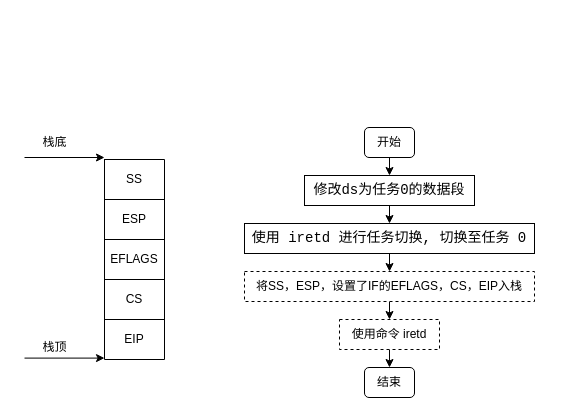
This is 任务切换.drawio from MeditationDH/ProjectOfOS, a draw.io file, before an edit. Source tidied: cells renumbered, new cells numbered last; positions are measured from the earlier drawing's top-left corner, leaving out a move shared by most shapes. Both pictures are drawn from the tidied source at 100%, with x=0, y=0 at pixel (24, 127).
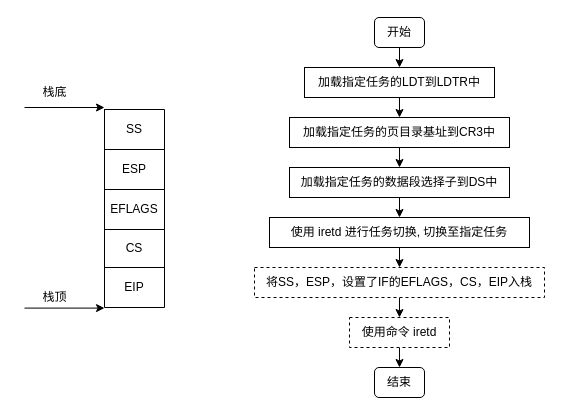
Above is the later version.

Diff of the diagram source:
```diff
@@
-    <mxCell id="2" style="edgeStyle=none;html=1;" parent="1" edge="1" source="3" target="5">
-      <mxGeometry relative="1" as="geometry" />
-    </mxCell>
+    <mxCell id="28" style="edgeStyle=none;html=1;exitX=0.5;exitY=1;exitDx=0;exitDy=0;entryX=0.5;entryY=0;entryDx=0;entryDy=0;fontFamily=Helvetica;" parent="1" edge="1" source="3" target="30">
+      <mxGeometry relative="1" as="geometry" />
+    </mxCell>
-    <mxCell id="3" value="开始" style="rounded=1;whiteSpace=wrap;html=1;" parent="1" vertex="1">
-      <mxGeometry x="340" width="50" height="30" as="geometry" />
+    <mxCell id="3" value="&lt;font&gt;开始&lt;/font&gt;" style="rounded=1;whiteSpace=wrap;html=1;fontFamily=Helvetica;" parent="1" vertex="1">
+      <mxGeometry x="350" y="-110" width="50" height="30" as="geometry" />
     </mxCell>
-    <mxCell id="4" style="edgeStyle=none;html=1;" parent="1" edge="1" source="5" target="7">
+    <mxCell id="4" style="edgeStyle=none;html=1;fontFamily=Helvetica;" parent="1" edge="1" source="5" target="7">
       <mxGeometry relative="1" as="geometry" />
     </mxCell>
-    <mxCell id="5" value="&lt;div style=&quot;font-family: Consolas, &amp;quot;Courier New&amp;quot;, monospace; font-size: 14px; line-height: 19px;&quot;&gt;&lt;span style=&quot;&quot;&gt;修改ds为任务0的数据段&lt;/span&gt;&lt;/div&gt;" style="rounded=0;whiteSpace=wrap;html=1;" parent="1" vertex="1">
-      <mxGeometry x="280" y="48" width="170" height="30" as="geometry" />
+    <mxCell id="5" value="&lt;div style=&quot;line-height: 19px;&quot;&gt;&lt;span style=&quot;background-color: initial;&quot;&gt;&lt;font style=&quot;font-size: 12px;&quot;&gt;加载指定任务的数据段选择子到DS中&lt;/font&gt;&lt;/span&gt;&lt;/div&gt;" style="rounded=0;whiteSpace=wrap;html=1;fontFamily=Helvetica;" parent="1" vertex="1">
+      <mxGeometry x="265" y="40" width="220" height="30" as="geometry" />
     </mxCell>
-    <mxCell id="6" style="edgeStyle=none;html=1;" parent="1" edge="1" source="7" target="9">
+    <mxCell id="6" style="edgeStyle=none;html=1;fontFamily=Helvetica;" parent="1" edge="1" source="7" target="9">
       <mxGeometry relative="1" as="geometry" />
     </mxCell>
-    <mxCell id="7" value="&lt;div style=&quot;font-family: Consolas, &amp;quot;Courier New&amp;quot;, monospace; font-size: 14px; line-height: 19px;&quot;&gt;&lt;span style=&quot;&quot;&gt;使用 iretd 进行任务切换, 切换至任务 0&lt;/span&gt;&lt;/div&gt;" style="whiteSpace=wrap;html=1;rounded=0;" parent="1" vertex="1">
-      <mxGeometry x="220" y="96" width="290" height="30" as="geometry" />
+    <mxCell id="7" value="&lt;div style=&quot;line-height: 19px;&quot;&gt;&lt;font style=&quot;font-size: 12px;&quot;&gt;使用 iretd 进行任务切换, 切换至指定任务&lt;/font&gt;&lt;/div&gt;" style="whiteSpace=wrap;html=1;rounded=0;fontFamily=Helvetica;" parent="1" vertex="1">
+      <mxGeometry x="245" y="90" width="260" height="30" as="geometry" />
     </mxCell>
-    <mxCell id="8" style="edgeStyle=none;html=1;" parent="1" edge="1" source="9" target="11">
+    <mxCell id="8" style="edgeStyle=none;html=1;fontFamily=Helvetica;" parent="1" edge="1" source="9" target="11">
       <mxGeometry relative="1" as="geometry" />
     </mxCell>
-    <mxCell id="9" value="将SS，ESP，设置了IF的EFLAGS，CS，EIP入栈" style="whiteSpace=wrap;html=1;rounded=0;dashed=1;" parent="1" vertex="1">
-      <mxGeometry x="220" y="144" width="290" height="30" as="geometry" />
+    <mxCell id="9" value="&lt;font&gt;将SS，ESP，设置了IF的EFLAGS，CS，EIP入栈&lt;/font&gt;" style="whiteSpace=wrap;html=1;rounded=0;dashed=1;fontFamily=Helvetica;" parent="1" vertex="1">
+      <mxGeometry x="230" y="140" width="290" height="30" as="geometry" />
     </mxCell>
-    <mxCell id="10" style="edgeStyle=none;html=1;" parent="1" edge="1" source="11" target="12">
+    <mxCell id="10" style="edgeStyle=none;html=1;fontFamily=Helvetica;" parent="1" edge="1" source="11" target="12">
       <mxGeometry relative="1" as="geometry" />
     </mxCell>
-    <mxCell id="11" value="使用命令 iretd" style="whiteSpace=wrap;html=1;rounded=0;dashed=1;" parent="1" vertex="1">
-      <mxGeometry x="315" y="192" width="100" height="30" as="geometry" />
+    <mxCell id="11" value="&lt;font&gt;使用命令 iretd&lt;/font&gt;" style="whiteSpace=wrap;html=1;rounded=0;dashed=1;fontFamily=Helvetica;" parent="1" vertex="1">
+      <mxGeometry x="325" y="190" width="100" height="30" as="geometry" />
     </mxCell>
-    <mxCell id="12" value="结束" style="rounded=1;whiteSpace=wrap;html=1;" parent="1" vertex="1">
-      <mxGeometry x="340" y="240" width="50" height="30" as="geometry" />
+    <mxCell id="12" value="&lt;font&gt;结束&lt;/font&gt;" style="rounded=1;whiteSpace=wrap;html=1;fontFamily=Helvetica;" parent="1" vertex="1">
+      <mxGeometry x="350" y="240" width="50" height="30" as="geometry" />
     </mxCell>
     <mxCell id="13" style="shape=table;startSize=0;childLayout=tableLayout;" parent="1" vertex="1">
-      <mxGeometry x="80" y="32" width="60" height="200" as="geometry" />
+      <mxGeometry x="80" y="-18" width="60" height="198" as="geometry" />
     </mxCell>
@@
     <mxCell id="20" style="shape=tableRow;horizontal=0;startSize=0;swimlaneHead=0;swimlaneBody=0;top=0;left=0;bottom=0;right=0;fillColor=none;dashed=1;" parent="13" vertex="1">
-      <mxGeometry y="120" width="60" height="40" as="geometry" />
+      <mxGeometry y="120" width="60" height="38" as="geometry" />
     </mxCell>
     <mxCell id="21" value="CS" style="shape=partialRectangle;html=1;whiteSpace=wrap;overflow=hidden;fillColor=none;top=0;left=0;bottom=0;right=0;dashed=1;" parent="20" vertex="1">
-      <mxGeometry width="60" height="40" as="geometry" />
+      <mxGeometry width="60" height="38" as="geometry" />
     </mxCell>
     <mxCell id="22" style="shape=tableRow;horizontal=0;startSize=0;swimlaneHead=0;swimlaneBody=0;top=0;left=0;bottom=0;right=0;fillColor=none;dashed=1;" parent="13" vertex="1">
-      <mxGeometry y="160" width="60" height="40" as="geometry" />
+      <mxGeometry y="158" width="60" height="40" as="geometry" />
     </mxCell>
@@
     <mxCell id="24" style="endArrow=classic;html=1;" parent="1" edge="1">
       <mxGeometry relative="1" as="geometry">
-        <mxPoint y="30" as="sourcePoint" />
-        <mxPoint x="80" y="30" as="targetPoint" />
+        <mxPoint y="-20" as="sourcePoint" />
+        <mxPoint x="80" y="-20" as="targetPoint" />
       </mxGeometry>
     </mxCell>
     <mxCell id="25" style="endArrow=classic;html=1;" parent="1" edge="1">
       <mxGeometry relative="1" as="geometry">
-        <mxPoint y="230.6" as="sourcePoint" />
-        <mxPoint x="80" y="230.6" as="targetPoint" />
+        <mxPoint y="180.6" as="sourcePoint" />
+        <mxPoint x="80" y="180.6" as="targetPoint" />
       </mxGeometry>
     </mxCell>
     <mxCell id="26" value="栈底" style="text;html=1;align=center;verticalAlign=middle;strokeColor=none;fillColor=none;" parent="1" vertex="1">
-      <mxGeometry x="5" width="50" height="30" as="geometry" />
+      <mxGeometry x="5" y="-50" width="50" height="30" as="geometry" />
     </mxCell>
     <mxCell id="27" value="栈顶" style="text;html=1;align=center;verticalAlign=middle;strokeColor=none;fillColor=none;" parent="1" vertex="1">
-      <mxGeometry x="5" y="205" width="50" height="30" as="geometry" />
+      <mxGeometry x="5" y="155" width="50" height="30" as="geometry" />
     </mxCell>
+    <mxCell id="29" style="edgeStyle=none;html=1;exitX=0.5;exitY=1;exitDx=0;exitDy=0;entryX=0.5;entryY=0;entryDx=0;entryDy=0;fontFamily=Helvetica;" parent="1" edge="1" source="30" target="32">
+      <mxGeometry relative="1" as="geometry" />
+    </mxCell>
+    <mxCell id="30" value="&lt;font&gt;加载指定任务的LDT到LDTR中&lt;/font&gt;" style="rounded=0;whiteSpace=wrap;html=1;fontFamily=Helvetica;" parent="1" vertex="1">
+      <mxGeometry x="280" y="-60" width="190" height="30" as="geometry" />
+    </mxCell>
+    <mxCell id="31" style="edgeStyle=none;html=1;exitX=0.5;exitY=1;exitDx=0;exitDy=0;entryX=0.5;entryY=0;entryDx=0;entryDy=0;fontFamily=Helvetica;" parent="1" edge="1" source="32" target="5">
+      <mxGeometry relative="1" as="geometry" />
+    </mxCell>
+    <mxCell id="32" value="&lt;font&gt;加载指定任务的页目录基址到CR3中&lt;/font&gt;" style="rounded=0;whiteSpace=wrap;html=1;fontFamily=Helvetica;" parent="1" vertex="1">
+      <mxGeometry x="265" y="-10" width="220" height="30" as="geometry" />
+    </mxCell>
```
